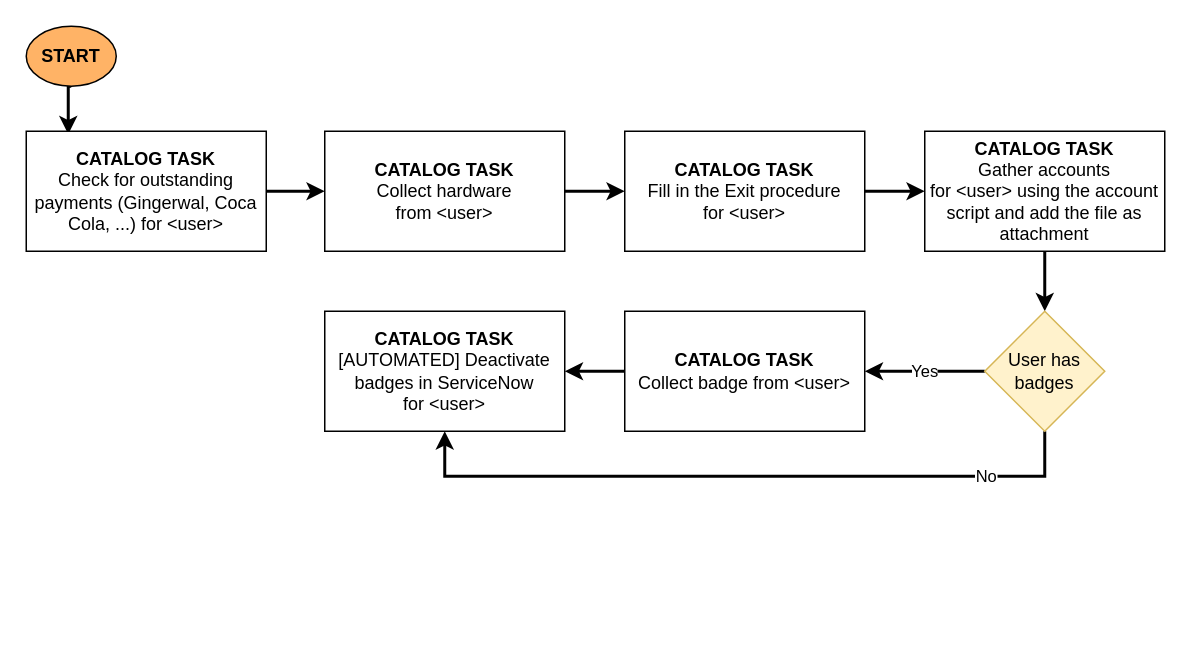
The draw.io diagram ArxOffboarding.drawio in dgcst/flows, before the edit. Source tidied: cells renumbered, new cells numbered last; positions are measured from the earlier drawing's top-left corner, leaving out a move shared by most shapes. Both pictures are drawn from the tidied source at 150%, with x=0, y=0 at pixel (26, 26).
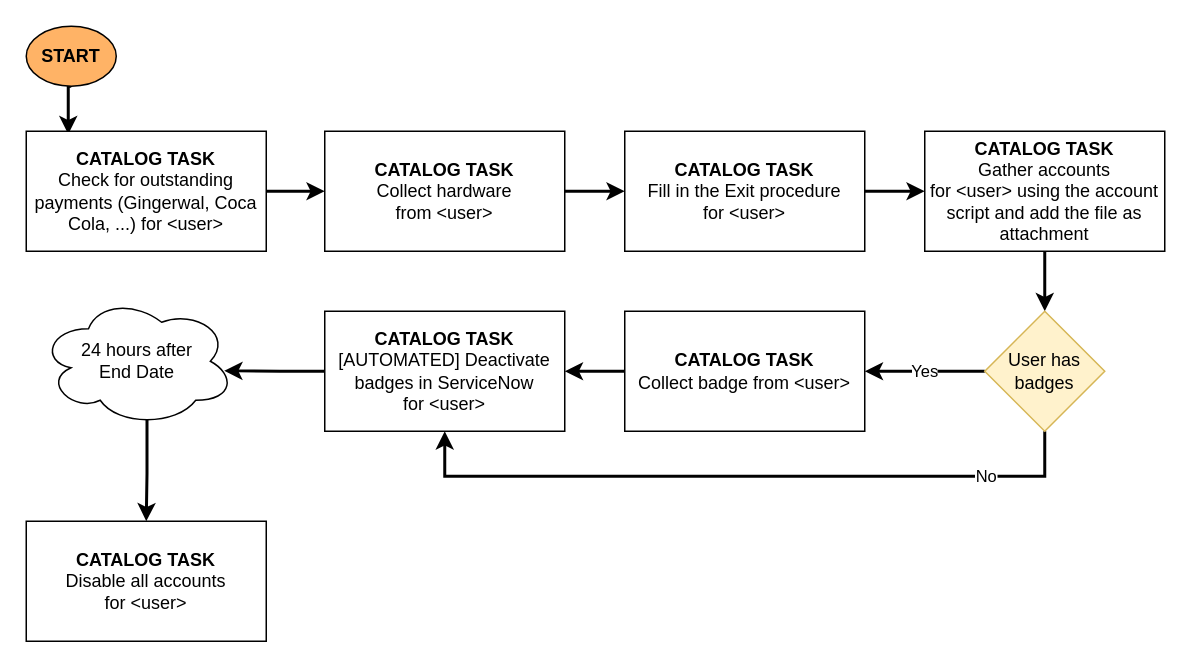
After the change.

The change refers to these unchanged cells:
```xml
<mxCell id="17" value="&lt;b&gt;CATALOG TASK&lt;br&gt;&lt;/b&gt;&lt;span&gt;[AUTOMATED] Deactivate badges in ServiceNow for&amp;nbsp;&lt;/span&gt;&lt;span&gt;&amp;lt;user&amp;gt;&lt;/span&gt;" style="rounded=0;whiteSpace=wrap;html=1;" parent="1" vertex="1">
  <mxGeometry x="199" y="190" width="160" height="80" as="geometry" />
</mxCell>
```

The edit, as a diff of the source:
```diff
@@
+    <mxCell id="18" style="edgeStyle=orthogonalEdgeStyle;rounded=0;jettySize=auto;html=1;exitX=0;exitY=0.5;exitDx=0;exitDy=0;entryX=0.946;entryY=0.573;entryDx=0;entryDy=0;entryPerimeter=0;strokeWidth=2;" parent="1" edge="1" source="17" target="20">
+      <mxGeometry relative="1" as="geometry" />
+    </mxCell>
@@
+    <mxCell id="19" style="edgeStyle=orthogonalEdgeStyle;rounded=0;jettySize=auto;html=1;exitX=0.55;exitY=0.95;exitDx=0;exitDy=0;exitPerimeter=0;strokeWidth=2;" parent="1" edge="1" source="20" target="21">
+      <mxGeometry relative="1" as="geometry" />
+    </mxCell>
+    <mxCell id="20" value="24 hours after&lt;br&gt;End Date" style="ellipse;shape=cloud;whiteSpace=wrap;html=1;" parent="1" vertex="1">
+      <mxGeometry x="9" y="180" width="130" height="86.7" as="geometry" />
+    </mxCell>
+    <mxCell id="21" value="&lt;b&gt;CATALOG TASK&lt;br&gt;&lt;/b&gt;&lt;span&gt;Disable all accounts for&lt;/span&gt;&lt;span&gt;&amp;nbsp;&lt;/span&gt;&lt;span&gt;&amp;lt;user&amp;gt;&lt;/span&gt;" style="rounded=0;whiteSpace=wrap;html=1;" parent="1" vertex="1">
+      <mxGeometry y="330" width="160" height="80" as="geometry" />
+    </mxCell>
```
